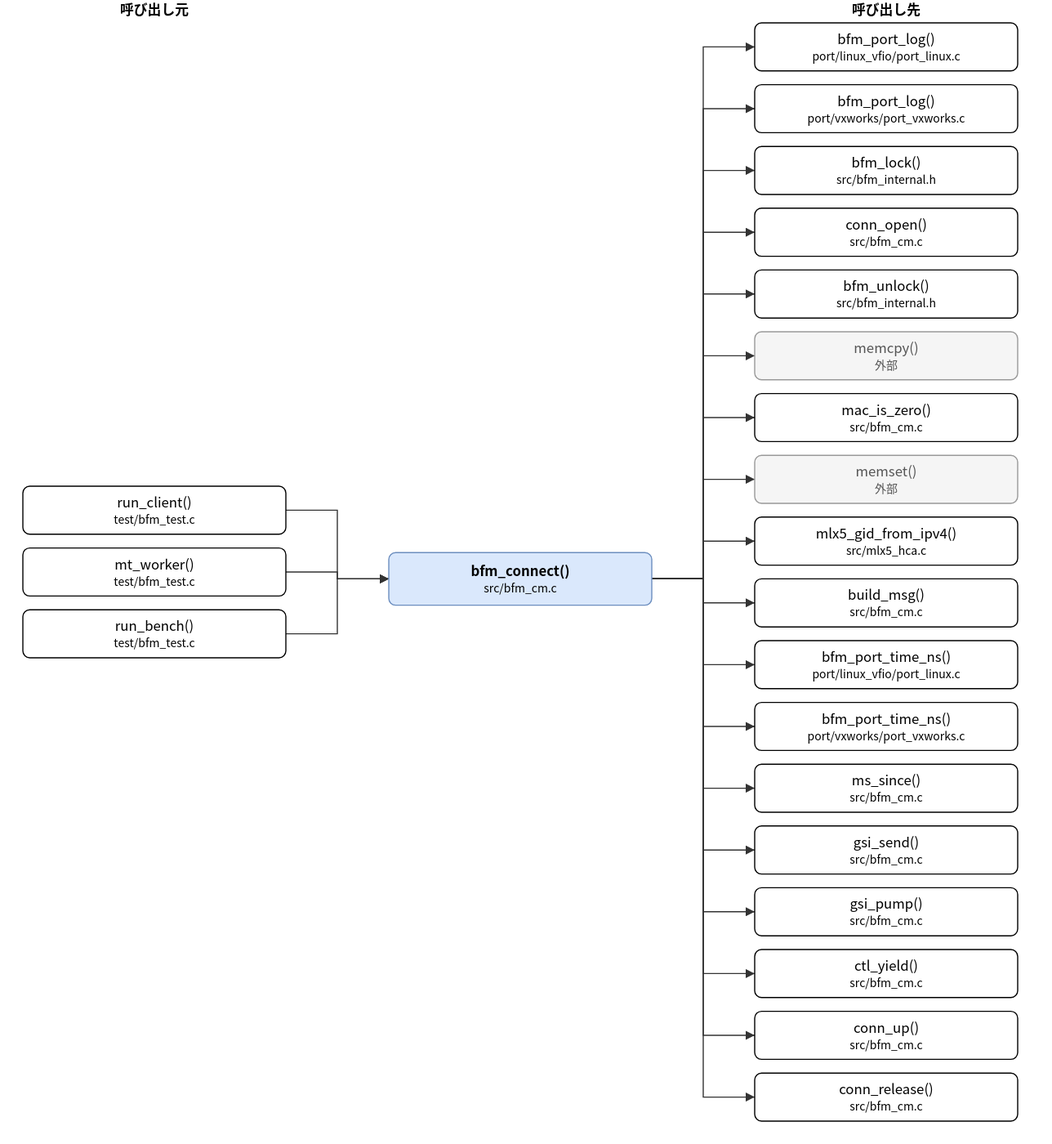
This is doc/spec/images/call_src_bfm_cm-bfm_connect.drawio.svg from hf355051012-ai/bfmem, a draw.io export, as it was before one commit. Source tidied: cells renumbered, new cells last; positions are measured from the earlier drawing's top-left corner, leaving out a move shared by most shapes.
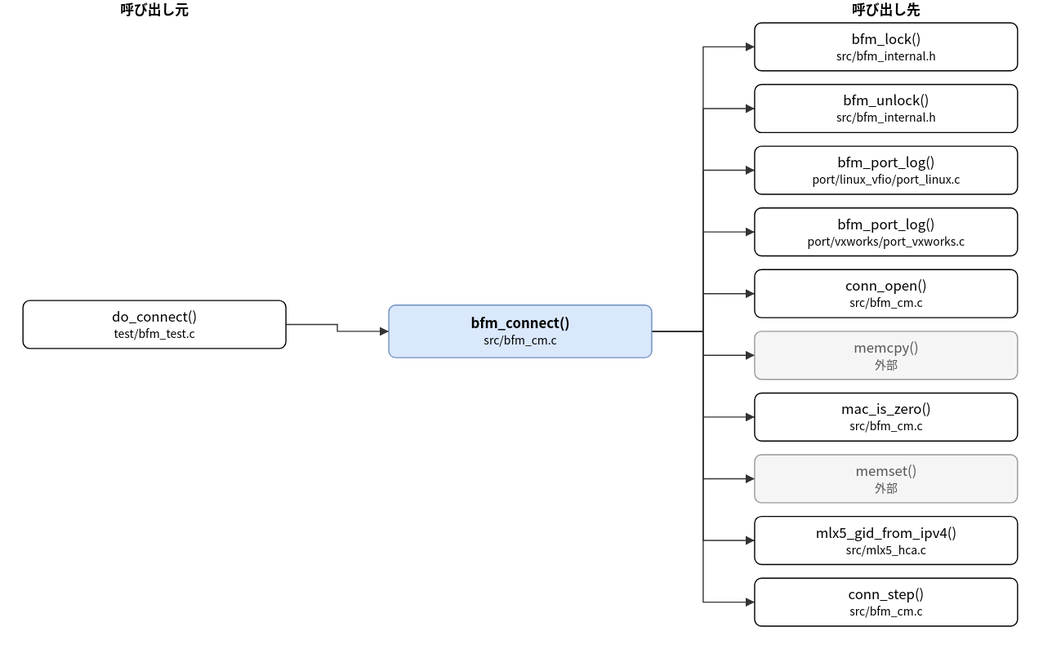
After the commit.

Change to the diagram source:
```diff
@@ -3,30 +3,24 @@
     <mxCell id="0" />
     <mxCell id="1" parent="0" />
     <mxCell id="2" value="bfm_connect()&lt;br&gt;&lt;font style=&quot;font-size:10px&quot;&gt;src/bfm_cm.c&lt;/font&gt;" style="rounded=1;whiteSpace=wrap;html=1;fillColor=#dae8fc;strokeColor=#6c8ebf;fontStyle=1;" parent="1" vertex="1">
-      <mxGeometry x="320" y="483" width="230" height="46" as="geometry" />
+      <mxGeometry x="320" y="267" width="230" height="46" as="geometry" />
     </mxCell>
-    <mxCell id="3" value="run_client()&lt;br&gt;&lt;font style=&quot;font-size:10px&quot;&gt;test/bfm_test.c&lt;/font&gt;" style="rounded=1;whiteSpace=wrap;html=1;" parent="1" vertex="1">
-      <mxGeometry y="425" width="230" height="42" as="geometry" />
+    <mxCell id="3" value="do_connect()&lt;br&gt;&lt;font style=&quot;font-size:10px&quot;&gt;test/bfm_test.c&lt;/font&gt;" style="rounded=1;whiteSpace=wrap;html=1;" parent="1" vertex="1">
+      <mxGeometry y="263" width="230" height="42" as="geometry" />
     </mxCell>
-    <mxCell id="4" value="mt_worker()&lt;br&gt;&lt;font style=&quot;font-size:10px&quot;&gt;test/bfm_test.c&lt;/font&gt;" style="rounded=1;whiteSpace=wrap;html=1;" parent="1" vertex="1">
-      <mxGeometry y="479" width="230" height="42" as="geometry" />
-    </mxCell>
-    <mxCell id="5" value="run_bench()&lt;br&gt;&lt;font style=&quot;font-size:10px&quot;&gt;test/bfm_test.c&lt;/font&gt;" style="rounded=1;whiteSpace=wrap;html=1;" parent="1" vertex="1">
-      <mxGeometry y="533" width="230" height="42" as="geometry" />
-    </mxCell>
-    <mxCell id="6" value="bfm_port_log()&lt;br&gt;&lt;font style=&quot;font-size:10px&quot;&gt;port/linux_vfio/port_linux.c&lt;/font&gt;" style="rounded=1;whiteSpace=wrap;html=1;" parent="1" vertex="1">
+    <mxCell id="6" value="bfm_lock()&lt;br&gt;&lt;font style=&quot;font-size:10px&quot;&gt;src/bfm_internal.h&lt;/font&gt;" style="rounded=1;whiteSpace=wrap;html=1;" parent="1" vertex="1">
       <mxGeometry x="640" y="20" width="230" height="42" as="geometry" />
     </mxCell>
-    <mxCell id="7" value="bfm_port_log()&lt;br&gt;&lt;font style=&quot;font-size:10px&quot;&gt;port/vxworks/port_vxworks.c&lt;/font&gt;" style="rounded=1;whiteSpace=wrap;html=1;" parent="1" vertex="1">
+    <mxCell id="7" value="bfm_unlock()&lt;br&gt;&lt;font style=&quot;font-size:10px&quot;&gt;src/bfm_internal.h&lt;/font&gt;" style="rounded=1;whiteSpace=wrap;html=1;" parent="1" vertex="1">
       <mxGeometry x="640" y="74" width="230" height="42" as="geometry" />
     </mxCell>
-    <mxCell id="8" value="bfm_lock()&lt;br&gt;&lt;font style=&quot;font-size:10px&quot;&gt;src/bfm_internal.h&lt;/font&gt;" style="rounded=1;whiteSpace=wrap;html=1;" parent="1" vertex="1">
+    <mxCell id="8" value="bfm_port_log()&lt;br&gt;&lt;font style=&quot;font-size:10px&quot;&gt;port/linux_vfio/port_linux.c&lt;/font&gt;" style="rounded=1;whiteSpace=wrap;html=1;" parent="1" vertex="1">
       <mxGeometry x="640" y="128" width="230" height="42" as="geometry" />
     </mxCell>
-    <mxCell id="9" value="conn_open()&lt;br&gt;&lt;font style=&quot;font-size:10px&quot;&gt;src/bfm_cm.c&lt;/font&gt;" style="rounded=1;whiteSpace=wrap;html=1;" parent="1" vertex="1">
+    <mxCell id="9" value="bfm_port_log()&lt;br&gt;&lt;font style=&quot;font-size:10px&quot;&gt;port/vxworks/port_vxworks.c&lt;/font&gt;" style="rounded=1;whiteSpace=wrap;html=1;" parent="1" vertex="1">
       <mxGeometry x="640" y="182" width="230" height="42" as="geometry" />
     </mxCell>
-    <mxCell id="10" value="bfm_unlock()&lt;br&gt;&lt;font style=&quot;font-size:10px&quot;&gt;src/bfm_internal.h&lt;/font&gt;" style="rounded=1;whiteSpace=wrap;html=1;" parent="1" vertex="1">
+    <mxCell id="10" value="conn_open()&lt;br&gt;&lt;font style=&quot;font-size:10px&quot;&gt;src/bfm_cm.c&lt;/font&gt;" style="rounded=1;whiteSpace=wrap;html=1;" parent="1" vertex="1">
       <mxGeometry x="640" y="236" width="230" height="42" as="geometry" />
     </mxCell>
     <mxCell id="11" value="memcpy()&lt;br&gt;&lt;font style=&quot;font-size:10px&quot;&gt;外部&lt;/font&gt;" style="rounded=1;whiteSpace=wrap;html=1;fillColor=#f5f5f5;strokeColor=#999999;fontColor=#555555;" parent="1" vertex="1">
@@ -41,201 +35,97 @@
     <mxCell id="14" value="mlx5_gid_from_ipv4()&lt;br&gt;&lt;font style=&quot;font-size:10px&quot;&gt;src/mlx5_hca.c&lt;/font&gt;" style="rounded=1;whiteSpace=wrap;html=1;" parent="1" vertex="1">
       <mxGeometry x="640" y="452" width="230" height="42" as="geometry" />
     </mxCell>
-    <mxCell id="15" value="build_msg()&lt;br&gt;&lt;font style=&quot;font-size:10px&quot;&gt;src/bfm_cm.c&lt;/font&gt;" style="rounded=1;whiteSpace=wrap;html=1;" parent="1" vertex="1">
+    <mxCell id="15" value="conn_step()&lt;br&gt;&lt;font style=&quot;font-size:10px&quot;&gt;src/bfm_cm.c&lt;/font&gt;" style="rounded=1;whiteSpace=wrap;html=1;" parent="1" vertex="1">
       <mxGeometry x="640" y="506" width="230" height="42" as="geometry" />
     </mxCell>
-    <mxCell id="16" value="bfm_port_time_ns()&lt;br&gt;&lt;font style=&quot;font-size:10px&quot;&gt;port/linux_vfio/port_linux.c&lt;/font&gt;" style="rounded=1;whiteSpace=wrap;html=1;" parent="1" vertex="1">
-      <mxGeometry x="640" y="560" width="230" height="42" as="geometry" />
-    </mxCell>
-    <mxCell id="17" value="bfm_port_time_ns()&lt;br&gt;&lt;font style=&quot;font-size:10px&quot;&gt;port/vxworks/port_vxworks.c&lt;/font&gt;" style="rounded=1;whiteSpace=wrap;html=1;" parent="1" vertex="1">
-      <mxGeometry x="640" y="614" width="230" height="42" as="geometry" />
-    </mxCell>
-    <mxCell id="18" value="ms_since()&lt;br&gt;&lt;font style=&quot;font-size:10px&quot;&gt;src/bfm_cm.c&lt;/font&gt;" style="rounded=1;whiteSpace=wrap;html=1;" parent="1" vertex="1">
-      <mxGeometry x="640" y="668" width="230" height="42" as="geometry" />
-    </mxCell>
-    <mxCell id="19" value="gsi_send()&lt;br&gt;&lt;font style=&quot;font-size:10px&quot;&gt;src/bfm_cm.c&lt;/font&gt;" style="rounded=1;whiteSpace=wrap;html=1;" parent="1" vertex="1">
-      <mxGeometry x="640" y="722" width="230" height="42" as="geometry" />
-    </mxCell>
-    <mxCell id="20" value="gsi_pump()&lt;br&gt;&lt;font style=&quot;font-size:10px&quot;&gt;src/bfm_cm.c&lt;/font&gt;" style="rounded=1;whiteSpace=wrap;html=1;" parent="1" vertex="1">
-      <mxGeometry x="640" y="776" width="230" height="42" as="geometry" />
-    </mxCell>
-    <mxCell id="21" value="ctl_yield()&lt;br&gt;&lt;font style=&quot;font-size:10px&quot;&gt;src/bfm_cm.c&lt;/font&gt;" style="rounded=1;whiteSpace=wrap;html=1;" parent="1" vertex="1">
-      <mxGeometry x="640" y="830" width="230" height="42" as="geometry" />
-    </mxCell>
-    <mxCell id="22" value="conn_up()&lt;br&gt;&lt;font style=&quot;font-size:10px&quot;&gt;src/bfm_cm.c&lt;/font&gt;" style="rounded=1;whiteSpace=wrap;html=1;" parent="1" vertex="1">
-      <mxGeometry x="640" y="884" width="230" height="42" as="geometry" />
-    </mxCell>
-    <mxCell id="23" value="conn_release()&lt;br&gt;&lt;font style=&quot;font-size:10px&quot;&gt;src/bfm_cm.c&lt;/font&gt;" style="rounded=1;whiteSpace=wrap;html=1;" parent="1" vertex="1">
-      <mxGeometry x="640" y="938" width="230" height="42" as="geometry" />
-    </mxCell>
     <mxCell id="24" style="edgeStyle=none;html=1;rounded=0;endArrow=block;endFill=1;exitX=1.0000;exitY=0.5000;exitDx=0;exitDy=0;exitPerimeter=0;entryX=0.0000;entryY=0.5000;entryDx=0;entryDy=0;entryPerimeter=0;" parent="1" edge="1" source="3" target="2">
       <mxGeometry relative="1" as="geometry">
         <Array as="points">
-          <mxPoint x="275" y="446" />
-          <mxPoint x="275" y="506" />
+          <mxPoint x="275" y="284" />
+          <mxPoint x="275" y="290" />
         </Array>
       </mxGeometry>
     </mxCell>
-    <mxCell id="25" style="edgeStyle=none;html=1;rounded=0;endArrow=block;endFill=1;exitX=1.0000;exitY=0.5000;exitDx=0;exitDy=0;exitPerimeter=0;entryX=0.0000;entryY=0.5000;entryDx=0;entryDy=0;entryPerimeter=0;" parent="1" edge="1" source="4" target="2">
+    <mxCell id="25" style="edgeStyle=none;html=1;rounded=0;endArrow=block;endFill=1;exitX=1.0000;exitY=0.5000;exitDx=0;exitDy=0;exitPerimeter=0;entryX=0.0000;entryY=0.5000;entryDx=0;entryDy=0;entryPerimeter=0;" parent="1" edge="1" source="2" target="6">
       <mxGeometry relative="1" as="geometry">
         <Array as="points">
-          <mxPoint x="275" y="500" />
-          <mxPoint x="275" y="506" />
+          <mxPoint x="595" y="290" />
+          <mxPoint x="595" y="41" />
         </Array>
       </mxGeometry>
     </mxCell>
-    <mxCell id="26" style="edgeStyle=none;html=1;rounded=0;endArrow=block;endFill=1;exitX=1.0000;exitY=0.5000;exitDx=0;exitDy=0;exitPerimeter=0;entryX=0.0000;entryY=0.5000;entryDx=0;entryDy=0;entryPerimeter=0;" parent="1" edge="1" source="5" target="2">
+    <mxCell id="26" style="edgeStyle=none;html=1;rounded=0;endArrow=block;endFill=1;exitX=1.0000;exitY=0.5000;exitDx=0;exitDy=0;exitPerimeter=0;entryX=0.0000;entryY=0.5000;entryDx=0;entryDy=0;entryPerimeter=0;" parent="1" edge="1" source="2" target="7">
       <mxGeometry relative="1" as="geometry">
         <Array as="points">
-          <mxPoint x="275" y="554" />
-          <mxPoint x="275" y="506" />
+          <mxPoint x="595" y="290" />
+          <mxPoint x="595" y="95" />
         </Array>
       </mxGeometry>
     </mxCell>
-    <mxCell id="27" style="edgeStyle=none;html=1;rounded=0;endArrow=block;endFill=1;exitX=1.0000;exitY=0.5000;exitDx=0;exitDy=0;exitPerimeter=0;entryX=0.0000;entryY=0.5000;entryDx=0;entryDy=0;entryPerimeter=0;" parent="1" edge="1" source="2" target="6">
+    <mxCell id="27" style="edgeStyle=none;html=1;rounded=0;endArrow=block;endFill=1;exitX=1.0000;exitY=0.5000;exitDx=0;exitDy=0;exitPerimeter=0;entryX=0.0000;entryY=0.5000;entryDx=0;entryDy=0;entryPerimeter=0;" parent="1" edge="1" source="2" target="8">
       <mxGeometry relative="1" as="geometry">
         <Array as="points">
-          <mxPoint x="595" y="506" />
-          <mxPoint x="595" y="41" />
+          <mxPoint x="595" y="290" />
+          <mxPoint x="595" y="149" />
         </Array>
       </mxGeometry>
     </mxCell>
-    <mxCell id="28" style="edgeStyle=none;html=1;rounded=0;endArrow=block;endFill=1;exitX=1.0000;exitY=0.5000;exitDx=0;exitDy=0;exitPerimeter=0;entryX=0.0000;entryY=0.5000;entryDx=0;entryDy=0;entryPerimeter=0;" parent="1" edge="1" source="2" target="7">
+    <mxCell id="28" style="edgeStyle=none;html=1;rounded=0;endArrow=block;endFill=1;exitX=1.0000;exitY=0.5000;exitDx=0;exitDy=0;exitPerimeter=0;entryX=0.0000;entryY=0.5000;entryDx=0;entryDy=0;entryPerimeter=0;" parent="1" edge="1" source="2" target="9">
       <mxGeometry relative="1" as="geometry">
         <Array as="points">
-          <mxPoint x="595" y="506" />
-          <mxPoint x="595" y="95" />
+          <mxPoint x="595" y="290" />
+          <mxPoint x="595" y="203" />
         </Array>
       </mxGeometry>
     </mxCell>
-    <mxCell id="29" style="edgeStyle=none;html=1;rounded=0;endArrow=block;endFill=1;exitX=1.0000;exitY=0.5000;exitDx=0;exitDy=0;exitPerimeter=0;entryX=0.0000;entryY=0.5000;entryDx=0;entryDy=0;entryPerimeter=0;" parent="1" edge="1" source="2" target="8">
+    <mxCell id="29" style="edgeStyle=none;html=1;rounded=0;endArrow=block;endFill=1;exitX=1.0000;exitY=0.5000;exitDx=0;exitDy=0;exitPerimeter=0;entryX=0.0000;entryY=0.5000;entryDx=0;entryDy=0;entryPerimeter=0;" parent="1" edge="1" source="2" target="10">
       <mxGeometry relative="1" as="geometry">
         <Array as="points">
-          <mxPoint x="595" y="506" />
-          <mxPoint x="595" y="149" />
+          <mxPoint x="595" y="290" />
+          <mxPoint x="595" y="257" />
         </Array>
       </mxGeometry>
     </mxCell>
-    <mxCell id="30" style="edgeStyle=none;html=1;rounded=0;endArrow=block;endFill=1;exitX=1.0000;exitY=0.5000;exitDx=0;exitDy=0;exitPerimeter=0;entryX=0.0000;entryY=0.5000;entryDx=0;entryDy=0;entryPerimeter=0;" parent="1" edge="1" source="2" target="9">
+    <mxCell id="30" style="edgeStyle=none;html=1;rounded=0;endArrow=block;endFill=1;exitX=1.0000;exitY=0.5000;exitDx=0;exitDy=0;exitPerimeter=0;entryX=0.0000;entryY=0.5000;entryDx=0;entryDy=0;entryPerimeter=0;" parent="1" edge="1" source="2" target="11">
       <mxGeometry relative="1" as="geometry">
         <Array as="points">
-          <mxPoint x="595" y="506" />
-          <mxPoint x="595" y="203" />
+          <mxPoint x="595" y="290" />
+          <mxPoint x="595" y="311" />
         </Array>
       </mxGeometry>
     </mxCell>
-    <mxCell id="31" style="edgeStyle=none;html=1;rounded=0;endArrow=block;endFill=1;exitX=1.0000;exitY=0.5000;exitDx=0;exitDy=0;exitPerimeter=0;entryX=0.0000;entryY=0.5000;entryDx=0;entryDy=0;entryPerimeter=0;" parent="1" edge="1" source="2" target="10">
+    <mxCell id="31" style="edgeStyle=none;html=1;rounded=0;endArrow=block;endFill=1;exitX=1.0000;exitY=0.5000;exitDx=0;exitDy=0;exitPerimeter=0;entryX=0.0000;entryY=0.5000;entryDx=0;entryDy=0;entryPerimeter=0;" parent="1" edge="1" source="2" target="12">
       <mxGeometry relative="1" as="geometry">
         <Array as="points">
-          <mxPoint x="595" y="506" />
-          <mxPoint x="595" y="257" />
+          <mxPoint x="595" y="290" />
+          <mxPoint x="595" y="365" />
         </Array>
       </mxGeometry>
     </mxCell>
-    <mxCell id="32" style="edgeStyle=none;html=1;rounded=0;endArrow=block;endFill=1;exitX=1.0000;exitY=0.5000;exitDx=0;exitDy=0;exitPerimeter=0;entryX=0.0000;entryY=0.5000;entryDx=0;entryDy=0;entryPerimeter=0;" parent="1" edge="1" source="2" target="11">
+    <mxCell id="32" style="edgeStyle=none;html=1;rounded=0;endArrow=block;endFill=1;exitX=1.0000;exitY=0.5000;exitDx=0;exitDy=0;exitPerimeter=0;entryX=0.0000;entryY=0.5000;entryDx=0;entryDy=0;entryPerimeter=0;" parent="1" edge="1" source="2" target="13">
       <mxGeometry relative="1" as="geometry">
         <Array as="points">
-          <mxPoint x="595" y="506" />
-          <mxPoint x="595" y="311" />
+          <mxPoint x="595" y="290" />
+          <mxPoint x="595" y="419" />
         </Array>
       </mxGeometry>
     </mxCell>
-    <mxCell id="33" style="edgeStyle=none;html=1;rounded=0;endArrow=block;endFill=1;exitX=1.0000;exitY=0.5000;exitDx=0;exitDy=0;exitPerimeter=0;entryX=0.0000;entryY=0.5000;entryDx=0;entryDy=0;entryPerimeter=0;" parent="1" edge="1" source="2" target="12">
+    <mxCell id="33" style="edgeStyle=none;html=1;rounded=0;endArrow=block;endFill=1;exitX=1.0000;exitY=0.5000;exitDx=0;exitDy=0;exitPerimeter=0;entryX=0.0000;entryY=0.5000;entryDx=0;entryDy=0;entryPerimeter=0;" parent="1" edge="1" source="2" target="14">
       <mxGeometry relative="1" as="geometry">
         <Array as="points">
-          <mxPoint x="595" y="506" />
-          <mxPoint x="595" y="365" />
+          <mxPoint x="595" y="290" />
+          <mxPoint x="595" y="473" />
         </Array>
       </mxGeometry>
     </mxCell>
-    <mxCell id="34" style="edgeStyle=none;html=1;rounded=0;endArrow=block;endFill=1;exitX=1.0000;exitY=0.5000;exitDx=0;exitDy=0;exitPerimeter=0;entryX=0.0000;entryY=0.5000;entryDx=0;entryDy=0;entryPerimeter=0;" parent="1" edge="1" source="2" target="13">
+    <mxCell id="34" style="edgeStyle=none;html=1;rounded=0;endArrow=block;endFill=1;exitX=1.0000;exitY=0.5000;exitDx=0;exitDy=0;exitPerimeter=0;entryX=0.0000;entryY=0.5000;entryDx=0;entryDy=0;entryPerimeter=0;" parent="1" edge="1" source="2" target="15">
       <mxGeometry relative="1" as="geometry">
         <Array as="points">
-          <mxPoint x="595" y="506" />
-          <mxPoint x="595" y="419" />
+          <mxPoint x="595" y="290" />
+          <mxPoint x="595" y="527" />
         </Array>
       </mxGeometry>
     </mxCell>
-    <mxCell id="35" style="edgeStyle=none;html=1;rounded=0;endArrow=block;endFill=1;exitX=1.0000;exitY=0.5000;exitDx=0;exitDy=0;exitPerimeter=0;entryX=0.0000;entryY=0.5000;entryDx=0;entryDy=0;entryPerimeter=0;" parent="1" edge="1" source="2" target="14">
-      <mxGeometry relative="1" as="geometry">
-        <Array as="points">
-          <mxPoint x="595" y="506" />
-          <mxPoint x="595" y="473" />
-        </Array>
-      </mxGeometry>
-    </mxCell>
-    <mxCell id="36" style="edgeStyle=none;html=1;rounded=0;endArrow=block;endFill=1;exitX=1.0000;exitY=0.5000;exitDx=0;exitDy=0;exitPerimeter=0;entryX=0.0000;entryY=0.5000;entryDx=0;entryDy=0;entryPerimeter=0;" parent="1" edge="1" source="2" target="15">
-      <mxGeometry relative="1" as="geometry">
-        <Array as="points">
-          <mxPoint x="595" y="506" />
-          <mxPoint x="595" y="527" />
-        </Array>
-      </mxGeometry>
-    </mxCell>
-    <mxCell id="37" style="edgeStyle=none;html=1;rounded=0;endArrow=block;endFill=1;exitX=1.0000;exitY=0.5000;exitDx=0;exitDy=0;exitPerimeter=0;entryX=0.0000;entryY=0.5000;entryDx=0;entryDy=0;entryPerimeter=0;" parent="1" edge="1" source="2" target="16">
-      <mxGeometry relative="1" as="geometry">
-        <Array as="points">
-          <mxPoint x="595" y="506" />
-          <mxPoint x="595" y="581" />
-        </Array>
-      </mxGeometry>
-    </mxCell>
-    <mxCell id="38" style="edgeStyle=none;html=1;rounded=0;endArrow=block;endFill=1;exitX=1.0000;exitY=0.5000;exitDx=0;exitDy=0;exitPerimeter=0;entryX=0.0000;entryY=0.5000;entryDx=0;entryDy=0;entryPerimeter=0;" parent="1" edge="1" source="2" target="17">
-      <mxGeometry relative="1" as="geometry">
-        <Array as="points">
-          <mxPoint x="595" y="506" />
-          <mxPoint x="595" y="635" />
-        </Array>
-      </mxGeometry>
-    </mxCell>
-    <mxCell id="39" style="edgeStyle=none;html=1;rounded=0;endArrow=block;endFill=1;exitX=1.0000;exitY=0.5000;exitDx=0;exitDy=0;exitPerimeter=0;entryX=0.0000;entryY=0.5000;entryDx=0;entryDy=0;entryPerimeter=0;" parent="1" edge="1" source="2" target="18">
-      <mxGeometry relative="1" as="geometry">
-        <Array as="points">
-          <mxPoint x="595" y="506" />
-          <mxPoint x="595" y="689" />
-        </Array>
-      </mxGeometry>
-    </mxCell>
-    <mxCell id="40" style="edgeStyle=none;html=1;rounded=0;endArrow=block;endFill=1;exitX=1.0000;exitY=0.5000;exitDx=0;exitDy=0;exitPerimeter=0;entryX=0.0000;entryY=0.5000;entryDx=0;entryDy=0;entryPerimeter=0;" parent="1" edge="1" source="2" target="19">
-      <mxGeometry relative="1" as="geometry">
-        <Array as="points">
-          <mxPoint x="595" y="506" />
-          <mxPoint x="595" y="743" />
-        </Array>
-      </mxGeometry>
-    </mxCell>
-    <mxCell id="41" style="edgeStyle=none;html=1;rounded=0;endArrow=block;endFill=1;exitX=1.0000;exitY=0.5000;exitDx=0;exitDy=0;exitPerimeter=0;entryX=0.0000;entryY=0.5000;entryDx=0;entryDy=0;entryPerimeter=0;" parent="1" edge="1" source="2" target="20">
-      <mxGeometry relative="1" as="geometry">
-        <Array as="points">
-          <mxPoint x="595" y="506" />
-          <mxPoint x="595" y="797" />
-        </Array>
-      </mxGeometry>
-    </mxCell>
-    <mxCell id="42" style="edgeStyle=none;html=1;rounded=0;endArrow=block;endFill=1;exitX=1.0000;exitY=0.5000;exitDx=0;exitDy=0;exitPerimeter=0;entryX=0.0000;entryY=0.5000;entryDx=0;entryDy=0;entryPerimeter=0;" parent="1" edge="1" source="2" target="21">
-      <mxGeometry relative="1" as="geometry">
-        <Array as="points">
-          <mxPoint x="595" y="506" />
-          <mxPoint x="595" y="851" />
-        </Array>
-      </mxGeometry>
-    </mxCell>
-    <mxCell id="43" style="edgeStyle=none;html=1;rounded=0;endArrow=block;endFill=1;exitX=1.0000;exitY=0.5000;exitDx=0;exitDy=0;exitPerimeter=0;entryX=0.0000;entryY=0.5000;entryDx=0;entryDy=0;entryPerimeter=0;" parent="1" edge="1" source="2" target="22">
-      <mxGeometry relative="1" as="geometry">
-        <Array as="points">
-          <mxPoint x="595" y="506" />
-          <mxPoint x="595" y="905" />
-        </Array>
-      </mxGeometry>
-    </mxCell>
-    <mxCell id="44" style="edgeStyle=none;html=1;rounded=0;endArrow=block;endFill=1;exitX=1.0000;exitY=0.5000;exitDx=0;exitDy=0;exitPerimeter=0;entryX=0.0000;entryY=0.5000;entryDx=0;entryDy=0;entryPerimeter=0;" parent="1" edge="1" source="2" target="23">
-      <mxGeometry relative="1" as="geometry">
-        <Array as="points">
-          <mxPoint x="595" y="506" />
-          <mxPoint x="595" y="959" />
-        </Array>
-      </mxGeometry>
-    </mxCell>
     <mxCell id="45" value="呼び出し元" style="text;html=1;align=center;fontStyle=1;" parent="1" vertex="1">
       <mxGeometry x="35" width="160" height="18" as="geometry" />
     </mxCell>
```
